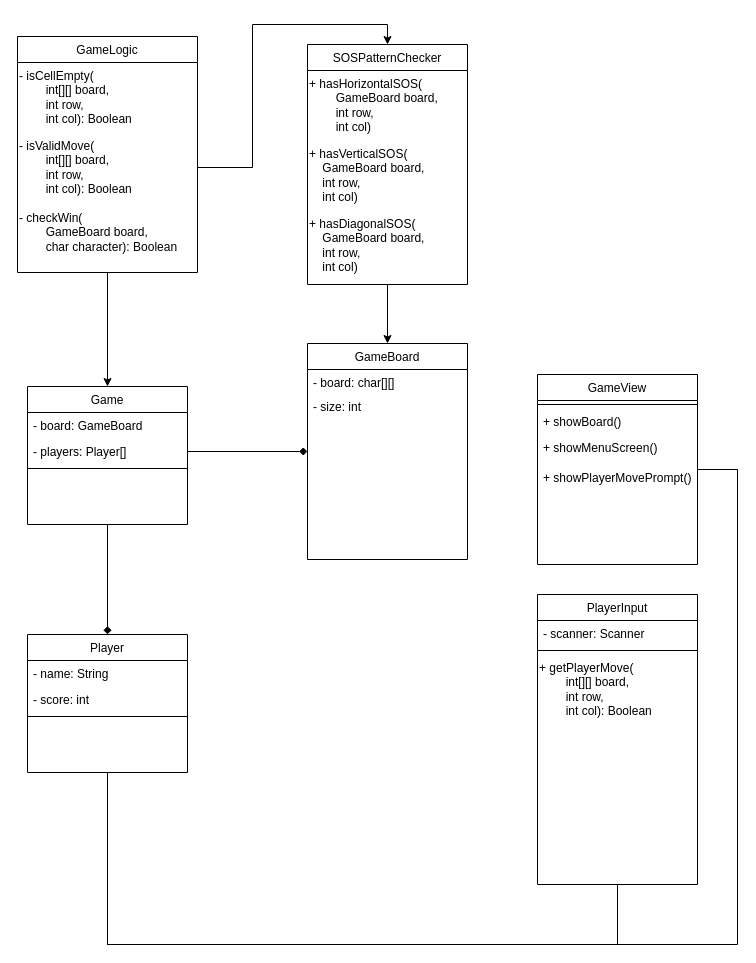
The draw.io diagram prelim_project.drawio in aaron-kristopher/emman-ulgasan-java-prelim-project, before the edit. Source tidied: cells renumbered, new cells numbered last; positions are measured from the earlier drawing's top-left corner, leaving out a move shared by most shapes. Both pictures are drawn from the tidied source at 100%, with x=0, y=0 at pixel (17, 36).
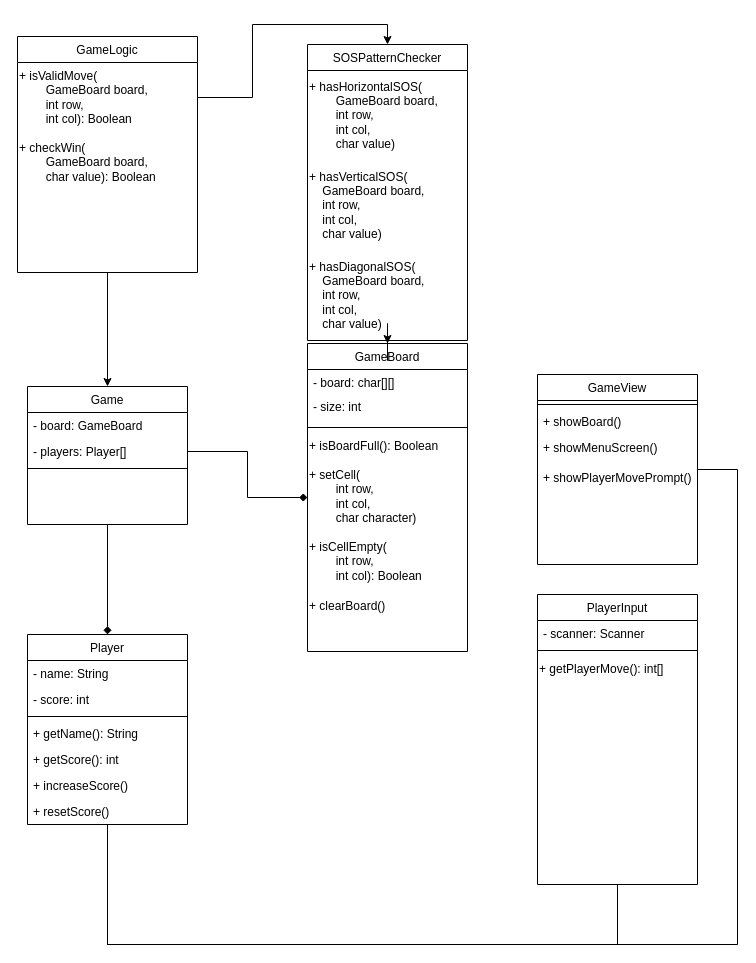
The same diagram, later.

The change refers to these unchanged cells:
```xml
<mxCell id="27" value="PlayerInput" style="swimlane;fontStyle=0;align=center;verticalAlign=top;horizontal=1;startSize=26;rounded=0;shadow=0;strokeWidth=1;" parent="1" vertex="1">
  <mxGeometry x="520" y="558" width="160" height="290" as="geometry" />
</mxCell>
<mxCell id="32" value="GameLogic" style="swimlane;fontStyle=0;align=center;verticalAlign=top;horizontal=1;startSize=26;rounded=0;shadow=0;strokeWidth=1;" parent="1" vertex="1">
  <mxGeometry width="180" height="236" as="geometry" />
</mxCell>
```

Change to the diagram source:
```diff
@@
     <mxCell id="2" value="GameBoard" style="swimlane;fontStyle=0;align=center;verticalAlign=top;horizontal=1;startSize=26;rounded=0;shadow=0;strokeWidth=1;" parent="1" vertex="1">
-      <mxGeometry x="290" y="307" width="160" height="216" as="geometry" />
+      <mxGeometry x="290" y="307" width="160" height="308" as="geometry" />
     </mxCell>
@@
     <mxCell id="4" value="- size: int" style="text;align=left;verticalAlign=top;spacingLeft=4;spacingRight=4;overflow=hidden;" parent="2" vertex="1">
-      <mxGeometry y="50" width="160" height="44" as="geometry" />
+      <mxGeometry y="50" width="160" height="30" as="geometry" />
     </mxCell>
+    <mxCell id="37" style="line;html=1;strokeWidth=1;align=left;verticalAlign=middle;spacingTop=-1;spacingLeft=3;spacingRight=3;labelPosition=right;" parent="2" vertex="1">
+      <mxGeometry y="80" width="160" height="8" as="geometry" />
+    </mxCell>
+    <mxCell id="38" value="+ isBoardFull(): Boolean" style="text;html=1;align=left;verticalAlign=middle;strokeColor=none;fillColor=none;" parent="2" vertex="1">
+      <mxGeometry y="88" width="160" height="30" as="geometry" />
+    </mxCell>
+    <mxCell id="39" value="+ setCell(&lt;br&gt;&lt;span style=&quot;white-space: pre;&quot;&gt;&#9;&lt;/span&gt;int row,&lt;br&gt;&lt;span style=&quot;white-space: pre;&quot;&gt;&#9;&lt;/span&gt;int col,&lt;br&gt;&lt;span style=&quot;white-space: pre;&quot;&gt;&#9;&lt;/span&gt;char character)" style="text;html=1;align=left;verticalAlign=middle;strokeColor=none;fillColor=none;" parent="2" vertex="1">
+      <mxGeometry y="118" width="160" height="70" as="geometry" />
+    </mxCell>
+    <mxCell id="33" value="+ isCellEmpty(&lt;br&gt;&lt;span style=&quot;white-space: pre;&quot;&gt;&#9;&lt;/span&gt;int row, &lt;br&gt;&lt;span style=&quot;white-space: pre;&quot;&gt;&#9;&lt;/span&gt;int col): Boolean" style="text;html=1;align=left;verticalAlign=middle;strokeColor=none;fillColor=none;" parent="2" vertex="1">
+      <mxGeometry y="188" width="160" height="60" as="geometry" />
+    </mxCell>
+    <mxCell id="40" value="+ clearBoard()" style="text;html=1;align=left;verticalAlign=middle;strokeColor=none;fillColor=none;" parent="2" vertex="1">
+      <mxGeometry y="248" width="160" height="30" as="geometry" />
+    </mxCell>
@@
     <mxCell id="6" value="Player" style="swimlane;fontStyle=0;align=center;verticalAlign=top;horizontal=1;startSize=26;rounded=0;shadow=0;strokeWidth=1;" parent="1" vertex="1">
-      <mxGeometry x="10" y="598" width="160" height="138" as="geometry" />
+      <mxGeometry x="10" y="598" width="160" height="190" as="geometry" />
     </mxCell>
@@
+    <mxCell id="41" value="+ getName(): String" style="text;align=left;verticalAlign=top;spacingLeft=4;spacingRight=4;overflow=hidden;rounded=0;shadow=0;html=0;" parent="6" vertex="1">
+      <mxGeometry y="86" width="160" height="26" as="geometry" />
+    </mxCell>
+    <mxCell id="42" value="+ getScore(): int" style="text;align=left;verticalAlign=top;spacingLeft=4;spacingRight=4;overflow=hidden;rounded=0;shadow=0;html=0;" parent="6" vertex="1">
+      <mxGeometry y="112" width="160" height="26" as="geometry" />
+    </mxCell>
+    <mxCell id="43" value="+ increaseScore()" style="text;align=left;verticalAlign=top;spacingLeft=4;spacingRight=4;overflow=hidden;rounded=0;shadow=0;html=0;" parent="6" vertex="1">
+      <mxGeometry y="138" width="160" height="26" as="geometry" />
+    </mxCell>
+    <mxCell id="44" value="+ resetScore()" style="text;align=left;verticalAlign=top;spacingLeft=4;spacingRight=4;overflow=hidden;rounded=0;shadow=0;html=0;" parent="6" vertex="1">
+      <mxGeometry y="164" width="160" height="26" as="geometry" />
+    </mxCell>
@@
     <mxCell id="11" value="SOSPatternChecker" style="swimlane;fontStyle=0;align=center;verticalAlign=top;horizontal=1;startSize=26;rounded=0;shadow=0;strokeWidth=1;" parent="1" vertex="1">
-      <mxGeometry x="290" y="8" width="160" height="240" as="geometry" />
+      <mxGeometry x="290" y="8" width="160" height="296" as="geometry" />
     </mxCell>
-    <mxCell id="12" value="+ hasHorizontalSOS(&lt;br&gt;&lt;span style=&quot;white-space: pre;&quot;&gt;&#9;&lt;/span&gt;GameBoard board,&lt;br&gt;&lt;span style=&quot;white-space: pre;&quot;&gt;&#9;&lt;/span&gt;int row,&lt;br&gt;&lt;span style=&quot;white-space: pre;&quot;&gt;&#9;&lt;/span&gt;int col)" style="text;html=1;align=left;verticalAlign=middle;strokeColor=none;fillColor=none;" parent="11" vertex="1">
-      <mxGeometry y="26" width="160" height="70" as="geometry" />
+    <mxCell id="12" value="+ hasHorizontalSOS(&lt;br&gt;&lt;span style=&quot;white-space: pre;&quot;&gt;&#9;&lt;/span&gt;GameBoard board,&lt;br&gt;&lt;span style=&quot;white-space: pre;&quot;&gt;&#9;&lt;/span&gt;int row,&lt;br&gt;&lt;span style=&quot;white-space: pre;&quot;&gt;&#9;&lt;/span&gt;int col,&lt;br&gt;&lt;span style=&quot;white-space: pre;&quot;&gt;&#9;&lt;/span&gt;char value)" style="text;html=1;align=left;verticalAlign=middle;strokeColor=none;fillColor=none;" parent="11" vertex="1">
+      <mxGeometry y="26" width="160" height="90" as="geometry" />
     </mxCell>
-    <mxCell id="13" value="+ hasVerticalSOS(&lt;br&gt;&lt;span style=&quot;&quot;&gt;&lt;span style=&quot;white-space: pre;&quot;&gt;&amp;nbsp;&amp;nbsp;&amp;nbsp;&amp;nbsp;&lt;/span&gt;&lt;/span&gt;GameBoard board,&lt;br&gt;&lt;span style=&quot;&quot;&gt;&lt;span style=&quot;white-space: pre;&quot;&gt;&amp;nbsp;&amp;nbsp;&amp;nbsp;&amp;nbsp;&lt;/span&gt;&lt;/span&gt;int row,&lt;br&gt;&lt;span style=&quot;&quot;&gt;&lt;span style=&quot;white-space: pre;&quot;&gt;&amp;nbsp;&amp;nbsp;&amp;nbsp;&amp;nbsp;&lt;/span&gt;&lt;/span&gt;int col)" style="text;html=1;align=left;verticalAlign=middle;strokeColor=none;fillColor=none;" parent="11" vertex="1">
-      <mxGeometry y="96" width="160" height="70" as="geometry" />
+    <mxCell id="13" value="+ hasVerticalSOS(&lt;br&gt;&lt;span style=&quot;&quot;&gt;&lt;span style=&quot;&quot;&gt;&amp;nbsp;&amp;nbsp;&amp;nbsp;&amp;nbsp;&lt;/span&gt;&lt;/span&gt;GameBoard board,&lt;br&gt;&lt;span style=&quot;&quot;&gt;&lt;span style=&quot;&quot;&gt;&amp;nbsp;&amp;nbsp;&amp;nbsp;&amp;nbsp;&lt;/span&gt;&lt;/span&gt;int row,&lt;br&gt;&lt;span style=&quot;&quot;&gt;&lt;span style=&quot;&quot;&gt;&amp;nbsp;&amp;nbsp;&amp;nbsp;&amp;nbsp;&lt;/span&gt;&lt;/span&gt;int col,&lt;br&gt;&amp;nbsp; &amp;nbsp; char value)" style="text;html=1;align=left;verticalAlign=middle;strokeColor=none;fillColor=none;" parent="11" vertex="1">
+      <mxGeometry y="116" width="160" height="90" as="geometry" />
     </mxCell>
-    <mxCell id="14" value="+ hasDiagonalSOS(&lt;br&gt;&lt;span style=&quot;&quot;&gt;&lt;span style=&quot;white-space: pre;&quot;&gt;&amp;nbsp;&amp;nbsp;&amp;nbsp;&amp;nbsp;&lt;/span&gt;&lt;/span&gt;GameBoard board,&lt;br&gt;&lt;span style=&quot;&quot;&gt;&lt;span style=&quot;white-space: pre;&quot;&gt;&amp;nbsp;&amp;nbsp;&amp;nbsp;&amp;nbsp;&lt;/span&gt;&lt;/span&gt;int row,&lt;br&gt;&lt;span style=&quot;&quot;&gt;&lt;span style=&quot;white-space: pre;&quot;&gt;&amp;nbsp;&amp;nbsp;&amp;nbsp;&amp;nbsp;&lt;/span&gt;&lt;/span&gt;int col)" style="text;html=1;align=left;verticalAlign=middle;strokeColor=none;fillColor=none;" parent="11" vertex="1">
-      <mxGeometry y="166" width="160" height="70" as="geometry" />
+    <mxCell id="14" value="+ hasDiagonalSOS(&lt;br&gt;&lt;span style=&quot;&quot;&gt;&lt;span style=&quot;white-space: pre;&quot;&gt;&amp;nbsp;&amp;nbsp;&amp;nbsp;&amp;nbsp;&lt;/span&gt;&lt;/span&gt;GameBoard board,&lt;br&gt;&lt;span style=&quot;&quot;&gt;&lt;span style=&quot;white-space: pre;&quot;&gt;&amp;nbsp;&amp;nbsp;&amp;nbsp;&amp;nbsp;&lt;/span&gt;&lt;/span&gt;int row,&lt;br&gt;&lt;span style=&quot;&quot;&gt;&lt;span style=&quot;white-space: pre;&quot;&gt;&amp;nbsp;&amp;nbsp;&amp;nbsp;&amp;nbsp;&lt;/span&gt;&lt;/span&gt;int col,&lt;br&gt;&amp;nbsp; &amp;nbsp; char value)" style="text;html=1;align=left;verticalAlign=middle;strokeColor=none;fillColor=none;" parent="11" vertex="1">
+      <mxGeometry y="206" width="160" height="90" as="geometry" />
     </mxCell>
@@
-    <mxCell id="30" value="+ getPlayerMove(&lt;br&gt;&lt;span style=&quot;white-space: pre;&quot;&gt;&#9;&lt;/span&gt;int[][] board, &lt;br&gt;&lt;span style=&quot;white-space: pre;&quot;&gt;&#9;&lt;/span&gt;int row, &lt;br&gt;&lt;span style=&quot;white-space: pre;&quot;&gt;&#9;&lt;/span&gt;int col): Boolean" style="text;html=1;align=left;verticalAlign=middle;strokeColor=none;fillColor=none;" parent="27" vertex="1">
-      <mxGeometry y="60" width="160" height="70" as="geometry" />
+    <mxCell id="30" value="+ getPlayerMove(): int[]" style="text;html=1;align=left;verticalAlign=middle;strokeColor=none;fillColor=none;" parent="27" vertex="1">
+      <mxGeometry y="60" width="160" height="30" as="geometry" />
     </mxCell>
@@
-    <mxCell id="33" value="- isCellEmpty(&lt;br&gt;&lt;span style=&quot;white-space: pre;&quot;&gt;&#9;&lt;/span&gt;int[][] board, &lt;br&gt;&lt;span style=&quot;white-space: pre;&quot;&gt;&#9;&lt;/span&gt;int row, &lt;br&gt;&lt;span style=&quot;white-space: pre;&quot;&gt;&#9;&lt;/span&gt;int col): Boolean" style="text;html=1;align=left;verticalAlign=middle;strokeColor=none;fillColor=none;" parent="32" vertex="1">
-      <mxGeometry y="26" width="180" height="70" as="geometry" />
-    </mxCell>
-    <mxCell id="34" value="- isValidMove(&lt;br&gt;&lt;span style=&quot;white-space: pre;&quot;&gt;&#9;&lt;/span&gt;int[][] board, &lt;br&gt;&lt;span style=&quot;white-space: pre;&quot;&gt;&#9;&lt;/span&gt;int row, &lt;br&gt;&lt;span style=&quot;white-space: pre;&quot;&gt;&#9;&lt;/span&gt;int col): Boolean" style="text;html=1;align=left;verticalAlign=middle;points=[];strokeColor=none;fillColor=none;" parent="32" vertex="1">
-      <mxGeometry y="96" width="180" height="70" as="geometry" />
+    <mxCell id="34" value="+ isValidMove(&lt;br&gt;&lt;span style=&quot;white-space: pre;&quot;&gt;&#9;&lt;/span&gt;GameBoard&amp;nbsp;board, &lt;br&gt;&lt;span style=&quot;white-space: pre;&quot;&gt;&#9;&lt;/span&gt;int row, &lt;br&gt;&lt;span style=&quot;white-space: pre;&quot;&gt;&#9;&lt;/span&gt;int col): Boolean" style="text;html=1;align=left;verticalAlign=middle;points=[];strokeColor=none;fillColor=none;" parent="32" vertex="1">
+      <mxGeometry y="26" width="180" height="70" as="geometry" />
     </mxCell>
-    <mxCell id="35" value="- checkWin(&lt;br&gt;&lt;span style=&quot;white-space: pre;&quot;&gt;&#9;&lt;/span&gt;GameBoard board,&lt;br&gt;&lt;span style=&quot;white-space: pre;&quot;&gt;&#9;&lt;/span&gt;char character): Boolean" style="text;html=1;align=left;verticalAlign=middle;strokeColor=none;fillColor=none;" parent="32" vertex="1">
-      <mxGeometry y="166" width="180" height="60" as="geometry" />
+    <mxCell id="35" value="+ checkWin(&lt;br&gt;&lt;span style=&quot;white-space: pre;&quot;&gt;&#9;&lt;/span&gt;GameBoard board,&lt;br&gt;&lt;span style=&quot;white-space: pre;&quot;&gt;&#9;&lt;/span&gt;char value): Boolean" style="text;html=1;align=left;verticalAlign=middle;strokeColor=none;fillColor=none;" parent="32" vertex="1">
+      <mxGeometry y="96" width="180" height="60" as="geometry" />
     </mxCell>
```
